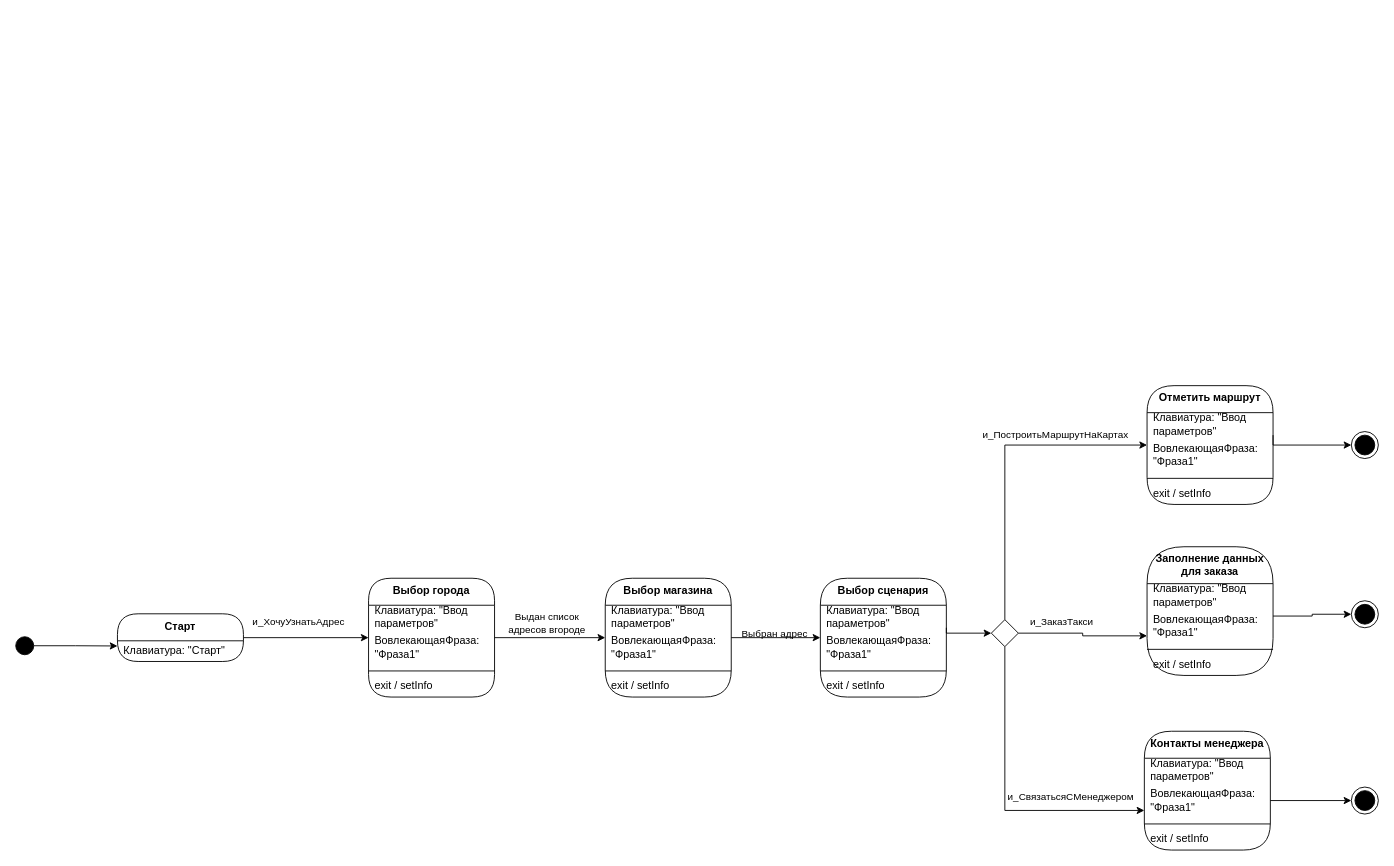
Earlier version of the draw.io diagram page "Сценарий5_УзнатьАдрес" (4 of 6) of ai_assistent.drawio (careock/aiassistant). Source tidied: cells renumbered, new cells numbered last; positions are measured from the earlier drawing's top-left corner, leaving out a move shared by most shapes. Both pictures are drawn from the tidied source at 90%, with x=0, y=0 at pixel (15, 15).
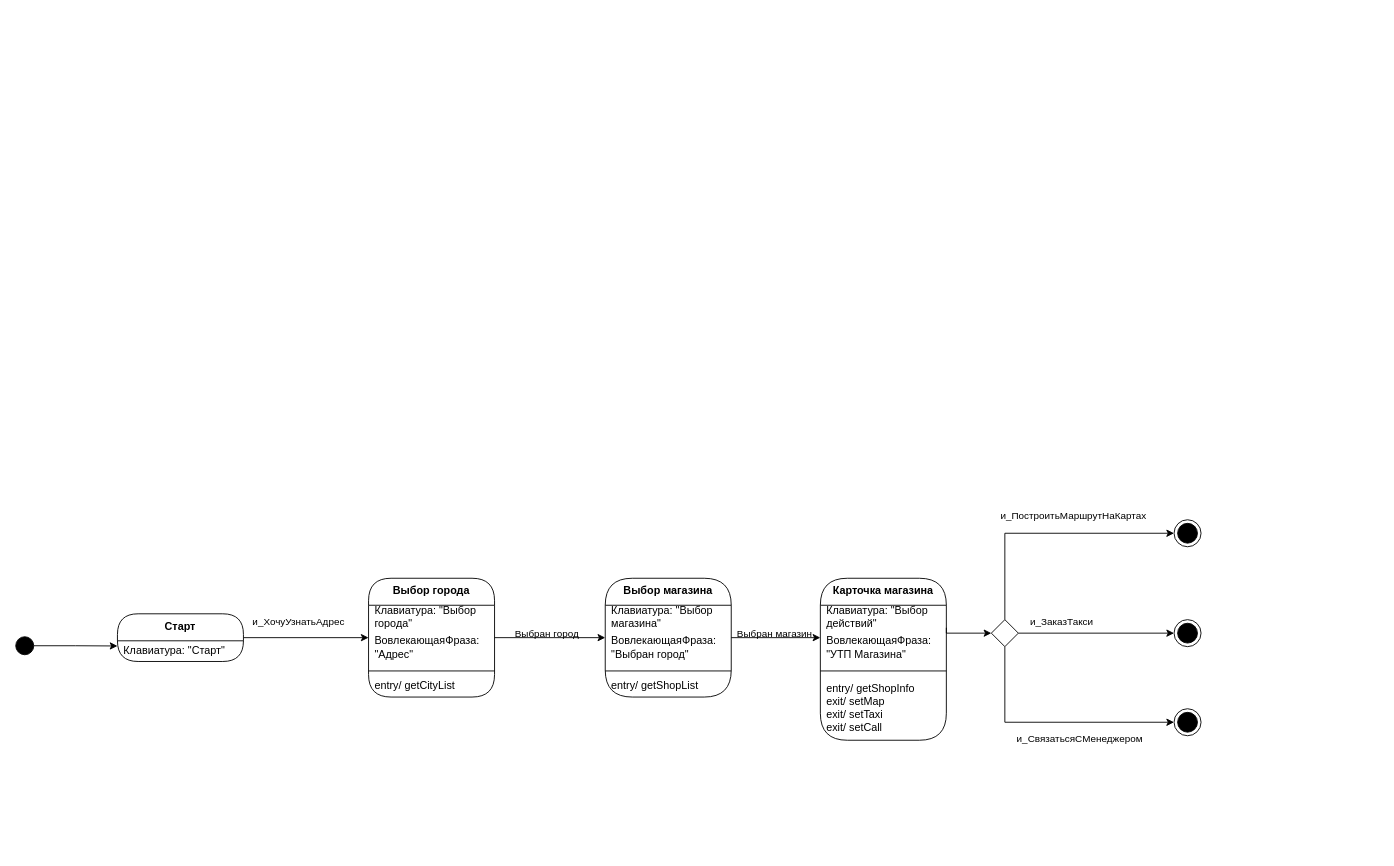
The same page after the edit.

Unchanged cells that the change refers to:
```xml
<mxCell id="8" value="Выбор города" style="swimlane;fontStyle=1;align=center;verticalAlign=top;horizontal=1;startSize=30;html=1;rounded=1;absoluteArcSize=1;arcSize=50;whiteSpace=wrap;" parent="1" vertex="1">
  <mxGeometry x="392" y="625" width="140" height="132" as="geometry" />
</mxCell>
<mxCell id="13" value="Выбор магазина" style="swimlane;fontStyle=1;align=center;verticalAlign=top;horizontal=1;startSize=30;html=1;rounded=1;absoluteArcSize=1;arcSize=95;whiteSpace=wrap;" parent="1" vertex="1">
  <mxGeometry x="655" y="625" width="140" height="132" as="geometry" />
</mxCell>
<mxCell id="33" style="rhombus;whiteSpace=wrap;html=1;" parent="1" vertex="1">
  <mxGeometry x="1084" y="671" width="30" height="30" as="geometry" />
</mxCell>
```

What changed in the source:
```diff
@@
-    <mxCell id="9" value="Клавиатура: &quot;Ввод параметров&quot;" style="fillColor=none;strokeColor=none;align=left;verticalAlign=middle;spacingLeft=5;whiteSpace=wrap;html=1;" parent="8" vertex="1">
+    <mxCell id="9" value="Клавиатура: &quot;Выбор города&quot;" style="fillColor=none;strokeColor=none;align=left;verticalAlign=middle;spacingLeft=5;whiteSpace=wrap;html=1;" parent="8" vertex="1">
       <mxGeometry y="30" width="140" height="25" as="geometry" />
     </mxCell>
-    <mxCell id="10" value="ВовлекающаяФраза: &quot;Фраза1&quot;" style="fillColor=none;strokeColor=none;align=left;verticalAlign=middle;spacingLeft=5;whiteSpace=wrap;html=1;" parent="8" vertex="1">
+    <mxCell id="10" value="ВовлекающаяФраза: &quot;Адрес&quot;" style="fillColor=none;strokeColor=none;align=left;verticalAlign=middle;spacingLeft=5;whiteSpace=wrap;html=1;" parent="8" vertex="1">
       <mxGeometry y="55" width="140" height="44" as="geometry" />
     </mxCell>
@@
-    <mxCell id="12" value="exit / setInfo" style="fillColor=none;strokeColor=none;align=left;verticalAlign=middle;spacingLeft=5;whiteSpace=wrap;html=1;" parent="8" vertex="1">
+    <mxCell id="12" value="entry/ getCityList&lt;br&gt;" style="fillColor=none;strokeColor=none;align=left;verticalAlign=middle;spacingLeft=5;whiteSpace=wrap;html=1;" parent="8" vertex="1">
       <mxGeometry y="107" width="140" height="25" as="geometry" />
     </mxCell>
@@
-    <mxCell id="14" value="Клавиатура: &quot;Ввод параметров&quot;" style="fillColor=none;strokeColor=none;align=left;verticalAlign=middle;spacingLeft=5;whiteSpace=wrap;html=1;" parent="13" vertex="1">
+    <mxCell id="14" value="Клавиатура: &quot;Выбор магазина&quot;" style="fillColor=none;strokeColor=none;align=left;verticalAlign=middle;spacingLeft=5;whiteSpace=wrap;html=1;" parent="13" vertex="1">
       <mxGeometry y="30" width="140" height="25" as="geometry" />
     </mxCell>
-    <mxCell id="15" value="ВовлекающаяФраза: &quot;Фраза1&quot;" style="fillColor=none;strokeColor=none;align=left;verticalAlign=middle;spacingLeft=5;whiteSpace=wrap;html=1;" parent="13" vertex="1">
+    <mxCell id="15" value="ВовлекающаяФраза: &quot;Выбран город&quot;" style="fillColor=none;strokeColor=none;align=left;verticalAlign=middle;spacingLeft=5;whiteSpace=wrap;html=1;" parent="13" vertex="1">
       <mxGeometry y="55" width="140" height="44" as="geometry" />
     </mxCell>
@@
-    <mxCell id="17" value="exit / setInfo" style="fillColor=none;strokeColor=none;align=left;verticalAlign=middle;spacingLeft=5;whiteSpace=wrap;html=1;" parent="13" vertex="1">
+    <mxCell id="17" value="entry/ getShopList" style="fillColor=none;strokeColor=none;align=left;verticalAlign=middle;spacingLeft=5;whiteSpace=wrap;html=1;" parent="13" vertex="1">
       <mxGeometry y="107" width="140" height="25" as="geometry" />
     </mxCell>
-    <mxCell id="18" value="Выдан список &lt;br&gt;адресов вгороде" style="edgeLabel;html=1;align=center;verticalAlign=middle;" parent="1" vertex="1">
-      <mxGeometry x="585" y="442" as="geometry">
+    <mxCell id="18" value="Выбран город" style="edgeLabel;html=1;align=center;verticalAlign=middle;" parent="1" vertex="1">
+      <mxGeometry x="585" y="454" as="geometry">
         <mxPoint x="4" y="232" as="offset" />
       </mxGeometry>
     </mxCell>
-    <mxCell id="19" value="Выбор сценария" style="swimlane;fontStyle=1;align=center;verticalAlign=top;horizontal=1;startSize=30;html=1;rounded=1;absoluteArcSize=1;arcSize=95;whiteSpace=wrap;" parent="1" vertex="1">
-      <mxGeometry x="894" y="625" width="140" height="132" as="geometry" />
+    <mxCell id="19" value="Карточка магазина" style="swimlane;fontStyle=1;align=center;verticalAlign=top;horizontal=1;startSize=30;html=1;rounded=1;absoluteArcSize=1;arcSize=95;whiteSpace=wrap;" parent="1" vertex="1">
+      <mxGeometry x="894" y="625" width="140" height="180" as="geometry" />
     </mxCell>
-    <mxCell id="20" value="Клавиатура: &quot;Ввод параметров&quot;" style="fillColor=none;strokeColor=none;align=left;verticalAlign=middle;spacingLeft=5;whiteSpace=wrap;html=1;" parent="19" vertex="1">
+    <mxCell id="20" value="Клавиатура: &quot;Выбор действий&quot;" style="fillColor=none;strokeColor=none;align=left;verticalAlign=middle;spacingLeft=5;whiteSpace=wrap;html=1;" parent="19" vertex="1">
       <mxGeometry y="30" width="140" height="25" as="geometry" />
     </mxCell>
-    <mxCell id="21" value="ВовлекающаяФраза: &quot;Фраза1&quot;" style="fillColor=none;strokeColor=none;align=left;verticalAlign=middle;spacingLeft=5;whiteSpace=wrap;html=1;" parent="19" vertex="1">
+    <mxCell id="21" value="ВовлекающаяФраза: &quot;УТП Магазина&quot;" style="fillColor=none;strokeColor=none;align=left;verticalAlign=middle;spacingLeft=5;whiteSpace=wrap;html=1;" parent="19" vertex="1">
       <mxGeometry y="55" width="140" height="44" as="geometry" />
     </mxCell>
@@
-    <mxCell id="23" value="exit / setInfo" style="fillColor=none;strokeColor=none;align=left;verticalAlign=middle;spacingLeft=5;whiteSpace=wrap;html=1;" parent="19" vertex="1">
-      <mxGeometry y="107" width="140" height="25" as="geometry" />
+    <mxCell id="23" value="entry/ getShopInfo&lt;br&gt;exit/ setMap&lt;br&gt;exit/ setTaxi&lt;br&gt;exit/ setCall" style="fillColor=none;strokeColor=none;align=left;verticalAlign=middle;spacingLeft=5;whiteSpace=wrap;html=1;" parent="19" vertex="1">
+      <mxGeometry y="107" width="140" height="73" as="geometry" />
     </mxCell>
-    <mxCell id="24" value="Выбран адрес" style="edgeLabel;html=1;align=center;verticalAlign=middle;" parent="1" vertex="1">
+    <mxCell id="24" value="Выбран магазин" style="edgeLabel;html=1;align=center;verticalAlign=middle;" parent="1" vertex="1">
       <mxGeometry x="838" y="454" as="geometry">
         <mxPoint x="4" y="232" as="offset" />
       </mxGeometry>
     </mxCell>
-    <mxCell id="25" value="Контакты менеджера" style="swimlane;fontStyle=1;align=center;verticalAlign=top;horizontal=1;startSize=30;html=1;rounded=1;absoluteArcSize=1;arcSize=95;whiteSpace=wrap;" parent="1" vertex="1">
-      <mxGeometry x="1254" y="795" width="140" height="132" as="geometry" />
-    </mxCell>
-    <mxCell id="26" value="Клавиатура: &quot;Ввод параметров&quot;" style="fillColor=none;strokeColor=none;align=left;verticalAlign=middle;spacingLeft=5;whiteSpace=wrap;html=1;" parent="25" vertex="1">
-      <mxGeometry y="30" width="140" height="25" as="geometry" />
-    </mxCell>
-    <mxCell id="27" value="ВовлекающаяФраза: &quot;Фраза1&quot;" style="fillColor=none;strokeColor=none;align=left;verticalAlign=middle;spacingLeft=5;whiteSpace=wrap;html=1;" parent="25" vertex="1">
-      <mxGeometry y="55" width="140" height="44" as="geometry" />
-    </mxCell>
-    <mxCell id="28" style="line;strokeWidth=1;fillColor=none;align=left;verticalAlign=middle;spacingTop=-1;spacingLeft=3;spacingRight=3;labelPosition=right;" parent="25" vertex="1">
-      <mxGeometry y="99" width="140" height="8" as="geometry" />
-    </mxCell>
-    <mxCell id="29" value="exit / setInfo" style="fillColor=none;strokeColor=none;align=left;verticalAlign=middle;spacingLeft=5;whiteSpace=wrap;html=1;" parent="25" vertex="1">
-      <mxGeometry y="107" width="140" height="25" as="geometry" />
-    </mxCell>
-    <mxCell id="30" style="edgeStyle=orthogonalEdgeStyle;rounded=0;jettySize=auto;html=1;exitX=0.5;exitY=0;exitDx=0;exitDy=0;entryX=0;entryY=0.25;entryDx=0;entryDy=0;" parent="1" edge="1" source="33" target="41">
+    <mxCell id="30" style="edgeStyle=orthogonalEdgeStyle;rounded=0;jettySize=auto;html=1;exitX=0.5;exitY=0;exitDx=0;exitDy=0;entryX=0;entryY=0.5;entryDx=0;entryDy=0;" parent="1" edge="1" source="33" target="53">
       <mxGeometry relative="1" as="geometry" />
     </mxCell>
-    <mxCell id="31" style="edgeStyle=orthogonalEdgeStyle;rounded=0;jettySize=auto;html=1;exitX=1;exitY=0.5;exitDx=0;exitDy=0;entryX=0;entryY=0.75;entryDx=0;entryDy=0;" parent="1" edge="1" source="33" target="36">
+    <mxCell id="31" style="edgeStyle=orthogonalEdgeStyle;rounded=0;jettySize=auto;html=1;exitX=1;exitY=0.5;exitDx=0;exitDy=0;" parent="1" edge="1" source="33" target="46">
       <mxGeometry relative="1" as="geometry" />
     </mxCell>
-    <mxCell id="32" style="edgeStyle=orthogonalEdgeStyle;rounded=0;jettySize=auto;html=1;exitX=0.5;exitY=1;exitDx=0;exitDy=0;entryX=0;entryY=0.75;entryDx=0;entryDy=0;" parent="1" edge="1" source="33" target="27">
+    <mxCell id="32" style="edgeStyle=orthogonalEdgeStyle;rounded=0;jettySize=auto;html=1;exitX=0.5;exitY=1;exitDx=0;exitDy=0;entryX=0;entryY=0.5;entryDx=0;entryDy=0;" parent="1" edge="1" source="33" target="47">
       <mxGeometry relative="1" as="geometry" />
     </mxCell>
@@
-    <mxCell id="34" value="Заполнение данных для заказа" style="swimlane;fontStyle=1;align=center;verticalAlign=top;horizontal=1;startSize=41;html=1;rounded=1;absoluteArcSize=1;arcSize=95;whiteSpace=wrap;" parent="1" vertex="1">
-      <mxGeometry x="1257" y="590" width="140" height="143" as="geometry" />
-    </mxCell>
-    <mxCell id="35" value="Клавиатура: &quot;Ввод параметров&quot;" style="fillColor=none;strokeColor=none;align=left;verticalAlign=middle;spacingLeft=5;whiteSpace=wrap;html=1;" parent="34" vertex="1">
-      <mxGeometry y="41" width="140" height="25" as="geometry" />
-    </mxCell>
-    <mxCell id="36" value="ВовлекающаяФраза: &quot;Фраза1&quot;" style="fillColor=none;strokeColor=none;align=left;verticalAlign=middle;spacingLeft=5;whiteSpace=wrap;html=1;" parent="34" vertex="1">
-      <mxGeometry y="66" width="140" height="44" as="geometry" />
-    </mxCell>
-    <mxCell id="37" style="line;strokeWidth=1;fillColor=none;align=left;verticalAlign=middle;spacingTop=-1;spacingLeft=3;spacingRight=3;labelPosition=right;" parent="34" vertex="1">
-      <mxGeometry y="110" width="140" height="8" as="geometry" />
-    </mxCell>
-    <mxCell id="38" value="exit / setInfo" style="fillColor=none;strokeColor=none;align=left;verticalAlign=middle;spacingLeft=5;whiteSpace=wrap;html=1;" parent="34" vertex="1">
-      <mxGeometry y="118" width="140" height="25" as="geometry" />
-    </mxCell>
-    <mxCell id="39" value="Отметить маршрут" style="swimlane;fontStyle=1;align=center;verticalAlign=top;horizontal=1;startSize=30;html=1;rounded=1;absoluteArcSize=1;arcSize=95;whiteSpace=wrap;" parent="1" vertex="1">
-      <mxGeometry x="1257" y="411" width="140" height="132" as="geometry" />
-    </mxCell>
-    <mxCell id="40" value="Клавиатура: &quot;Ввод параметров&quot;" style="fillColor=none;strokeColor=none;align=left;verticalAlign=middle;spacingLeft=5;whiteSpace=wrap;html=1;" parent="39" vertex="1">
-      <mxGeometry y="30" width="140" height="25" as="geometry" />
-    </mxCell>
-    <mxCell id="41" value="ВовлекающаяФраза: &quot;Фраза1&quot;" style="fillColor=none;strokeColor=none;align=left;verticalAlign=middle;spacingLeft=5;whiteSpace=wrap;html=1;" parent="39" vertex="1">
-      <mxGeometry y="55" width="140" height="44" as="geometry" />
-    </mxCell>
-    <mxCell id="42" style="line;strokeWidth=1;fillColor=none;align=left;verticalAlign=middle;spacingTop=-1;spacingLeft=3;spacingRight=3;labelPosition=right;" parent="39" vertex="1">
-      <mxGeometry y="99" width="140" height="8" as="geometry" />
-    </mxCell>
-    <mxCell id="43" value="exit / setInfo" style="fillColor=none;strokeColor=none;align=left;verticalAlign=middle;spacingLeft=5;whiteSpace=wrap;html=1;" parent="39" vertex="1">
-      <mxGeometry y="107" width="140" height="25" as="geometry" />
-    </mxCell>
@@
     <mxCell id="45" value="и_СвязатьсяСМенеджером" style="edgeLabel;html=1;align=center;verticalAlign=middle;" parent="1" vertex="1">
-      <mxGeometry x="1167" y="635" as="geometry">
+      <mxGeometry x="1177" y="570" as="geometry">
         <mxPoint x="4" y="232" as="offset" />
       </mxGeometry>
     </mxCell>
     <mxCell id="46" style="ellipse;html=1;shape=endState;fillColor=strokeColor;" parent="1" vertex="1">
-      <mxGeometry x="1484" y="650" width="30" height="30" as="geometry" />
+      <mxGeometry x="1287" y="671" width="30" height="30" as="geometry" />
     </mxCell>
     <mxCell id="47" style="ellipse;html=1;shape=endState;fillColor=strokeColor;" parent="1" vertex="1">
-      <mxGeometry x="1484" y="857" width="30" height="30" as="geometry" />
+      <mxGeometry x="1287" y="770" width="30" height="30" as="geometry" />
     </mxCell>
     <mxCell id="48" value="и_ПостроитьМаршрутНаКартах" style="edgeLabel;html=1;align=center;verticalAlign=middle;" parent="1" vertex="1">
-      <mxGeometry x="1147" as="geometry">
+      <mxGeometry x="1167" y="90" as="geometry">
         <mxPoint x="7" y="465" as="offset" />
       </mxGeometry>
     </mxCell>
@@
-    <mxCell id="52" style="edgeStyle=orthogonalEdgeStyle;rounded=0;jettySize=auto;html=1;exitX=1;exitY=0.25;exitDx=0;exitDy=0;entryX=0;entryY=0.5;entryDx=0;entryDy=0;" parent="1" edge="1" source="36" target="46">
-      <mxGeometry relative="1" as="geometry" />
-    </mxCell>
     <mxCell id="53" style="ellipse;html=1;shape=endState;fillColor=strokeColor;" parent="1" vertex="1">
-      <mxGeometry x="1484" y="462" width="30" height="30" as="geometry" />
+      <mxGeometry x="1287" y="560" width="30" height="30" as="geometry" />
     </mxCell>
-    <mxCell id="54" style="edgeStyle=orthogonalEdgeStyle;rounded=0;jettySize=auto;html=1;exitX=1;exitY=0;exitDx=0;exitDy=0;entryX=0;entryY=0.5;entryDx=0;entryDy=0;" parent="1" edge="1" source="41" target="53">
-      <mxGeometry relative="1" as="geometry">
-        <Array as="points">
-          <mxPoint x="1397" y="477" />
-        </Array>
-      </mxGeometry>
-    </mxCell>
-    <mxCell id="55" style="edgeStyle=orthogonalEdgeStyle;rounded=0;jettySize=auto;html=1;exitX=1;exitY=0.5;exitDx=0;exitDy=0;entryX=0;entryY=0.5;entryDx=0;entryDy=0;" parent="1" edge="1" source="27" target="47">
-      <mxGeometry relative="1" as="geometry" />
-    </mxCell>
```
